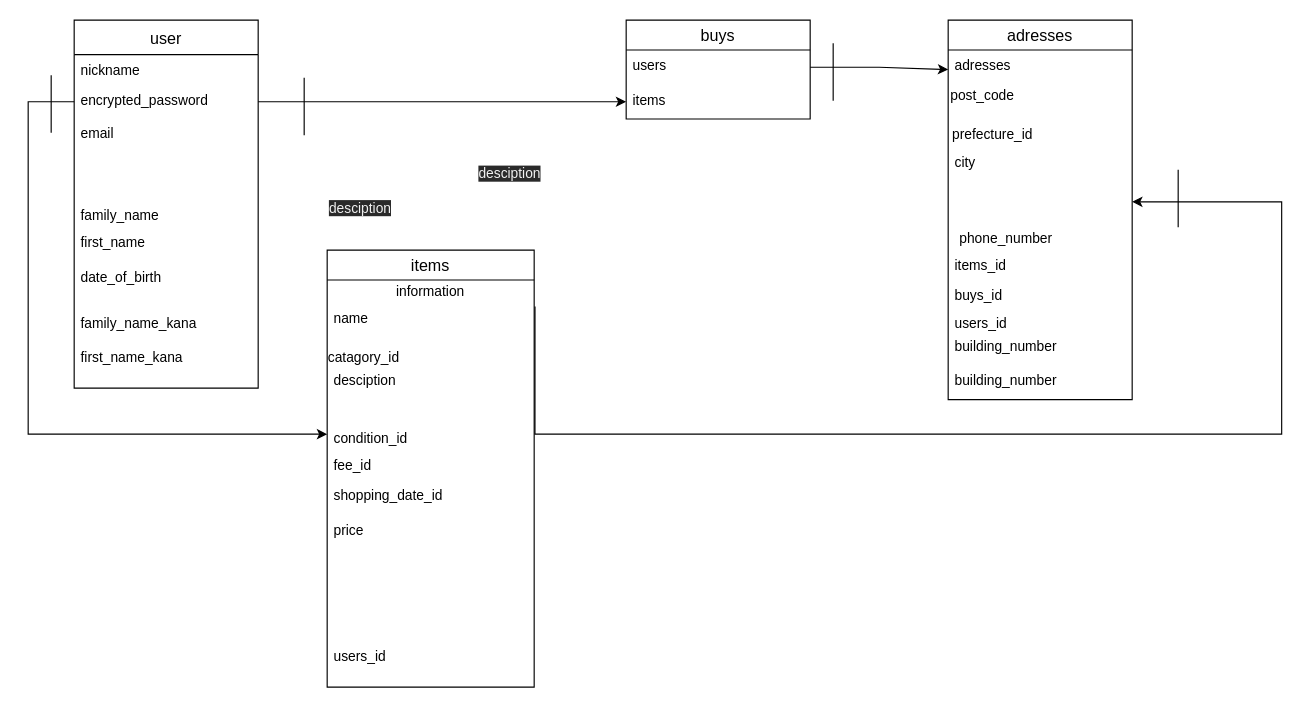
KINGKim2019/furima-29585 keeps this draw.io diagram as app/furima.dio. Above is the earlier version. Source tidied: cells renumbered, new cells numbered last; positions are measured from the earlier drawing's top-left corner, leaving out a move shared by most shapes. Both pictures are drawn from the tidied source at 115%, with x=0, y=0 at pixel (28, 20).
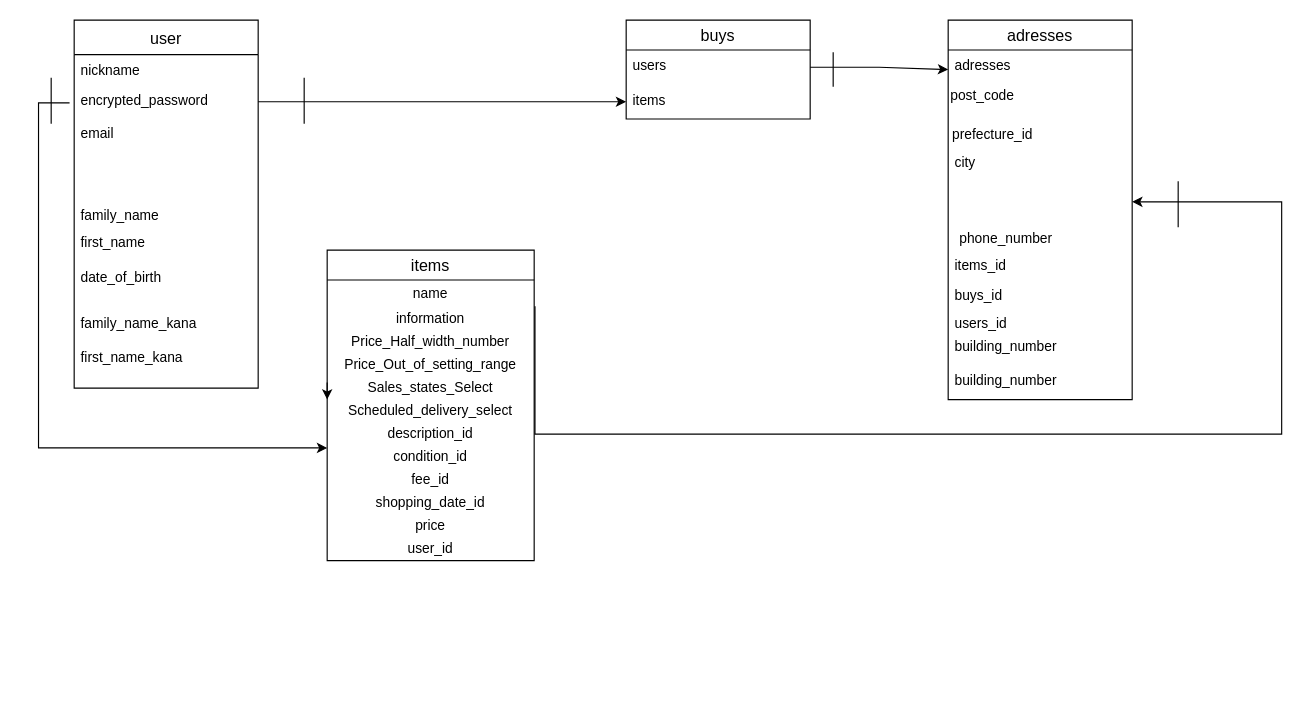
The same diagram, later.

The change refers to these unchanged cells:
```xml
<mxCell id="10" value="adresses" style="text;strokeColor=none;fillColor=none;spacingLeft=4;spacingRight=4;overflow=hidden;points=[[0,0.5],[1,0.5]];portConstraint=eastwest;fontSize=12;" parent="9" vertex="1">
  <mxGeometry y="26" width="160" height="244" as="geometry" />
</mxCell>
```

What changed in the source:
```diff
@@
     <mxCell id="5" value="items" style="swimlane;fontStyle=0;horizontal=1;startSize=26;align=center;fontSize=14;" parent="1" vertex="1">
-      <mxGeometry x="260" y="200" width="180" height="380" as="geometry" />
+      <mxGeometry x="260" y="200" width="180" height="270" as="geometry" />
     </mxCell>
+    <mxCell id="7" value="name" style="text;html=1;strokeColor=none;fillColor=none;align=center;verticalAlign=middle;whiteSpace=wrap;rounded=0;" parent="5" vertex="1">
+      <mxGeometry y="26" width="180" height="24" as="geometry" />
+    </mxCell>
     <mxCell id="6" value="information" style="text;html=1;strokeColor=none;fillColor=none;align=center;verticalAlign=middle;whiteSpace=wrap;rounded=0;" parent="5" vertex="1">
-      <mxGeometry y="26" width="180" height="20" as="geometry" />
+      <mxGeometry y="50" width="180" height="20" as="geometry" />
     </mxCell>
-    <mxCell id="7" value="name" style="text;strokeColor=none;fillColor=none;spacingLeft=4;spacingRight=4;overflow=hidden;points=[[0,0.5],[1,0.5]];portConstraint=eastwest;fontSize=12;" parent="5" vertex="1">
-      <mxGeometry y="46" width="180" height="294" as="geometry" />
-    </mxCell>
-    <mxCell id="8" value="users_id" style="text;strokeColor=none;fillColor=none;spacingLeft=4;spacingRight=4;overflow=hidden;fontSize=12;" parent="5" vertex="1">
-      <mxGeometry y="340" width="180" height="40" as="geometry" />
-    </mxCell>
+    <mxCell id="45" value="Price_Half_width_number" style="text;html=1;strokeColor=none;fillColor=none;align=center;verticalAlign=middle;whiteSpace=wrap;rounded=0;" parent="5" vertex="1">
+      <mxGeometry y="70" width="180" height="20" as="geometry" />
+    </mxCell>
+    <mxCell id="46" value="Price_Out_of_setting_range" style="text;html=1;strokeColor=none;fillColor=none;align=center;verticalAlign=middle;whiteSpace=wrap;rounded=0;" parent="5" vertex="1">
+      <mxGeometry y="90" width="180" height="20" as="geometry" />
+    </mxCell>
+    <mxCell id="47" style="edgeStyle=orthogonalEdgeStyle;rounded=0;orthogonalLoop=1;jettySize=auto;html=1;exitX=0;exitY=0.25;exitDx=0;exitDy=0;entryX=0;entryY=1;entryDx=0;entryDy=0;" parent="5" edge="1" source="48" target="48">
+      <mxGeometry relative="1" as="geometry" />
+    </mxCell>
+    <mxCell id="48" value="Sales_states_Select" style="text;html=1;strokeColor=none;fillColor=none;align=center;verticalAlign=middle;whiteSpace=wrap;rounded=0;" parent="5" vertex="1">
+      <mxGeometry y="110" width="180" height="20" as="geometry" />
+    </mxCell>
+    <mxCell id="49" value="Scheduled_delivery_select" style="text;html=1;strokeColor=none;fillColor=none;align=center;verticalAlign=middle;whiteSpace=wrap;rounded=0;" parent="5" vertex="1">
+      <mxGeometry y="130" width="180" height="20" as="geometry" />
+    </mxCell>
+    <mxCell id="50" value="description_id" style="text;html=1;strokeColor=none;fillColor=none;align=center;verticalAlign=middle;whiteSpace=wrap;rounded=0;" parent="5" vertex="1">
+      <mxGeometry y="150" width="180" height="20" as="geometry" />
+    </mxCell>
+    <mxCell id="35" value="condition_id" style="text;html=1;strokeColor=none;fillColor=none;align=center;verticalAlign=middle;whiteSpace=wrap;rounded=0;" parent="5" vertex="1">
+      <mxGeometry y="170" width="180" height="20" as="geometry" />
+    </mxCell>
+    <mxCell id="34" value="fee_id" style="text;html=1;strokeColor=none;fillColor=none;align=center;verticalAlign=middle;whiteSpace=wrap;rounded=0;" parent="5" vertex="1">
+      <mxGeometry y="190" width="180" height="20" as="geometry" />
+    </mxCell>
+    <mxCell id="36" value="shopping_date_id" style="text;html=1;strokeColor=none;fillColor=none;align=center;verticalAlign=middle;whiteSpace=wrap;rounded=0;" parent="5" vertex="1">
+      <mxGeometry y="210" width="180" height="20" as="geometry" />
+    </mxCell>
+    <mxCell id="33" value="price" style="text;html=1;strokeColor=none;fillColor=none;align=center;verticalAlign=middle;whiteSpace=wrap;rounded=0;" parent="5" vertex="1">
+      <mxGeometry y="230" width="180" height="20" as="geometry" />
+    </mxCell>
+    <mxCell id="51" value="user_id" style="text;html=1;strokeColor=none;fillColor=none;align=center;verticalAlign=middle;whiteSpace=wrap;rounded=0;" parent="5" vertex="1">
+      <mxGeometry y="250" width="180" height="20" as="geometry" />
+    </mxCell>
@@
-    <mxCell id="14" style="edgeStyle=none;rounded=0;jettySize=auto;html=1;entryX=0;entryY=0.5;entryDx=0;entryDy=0;" parent="1" edge="1" target="35">
-      <mxGeometry relative="1" as="geometry">
-        <mxPoint x="40" y="71" as="sourcePoint" />
-        <Array as="points">
-          <mxPoint y="71" />
-          <mxPoint y="360" />
-        </Array>
-      </mxGeometry>
-    </mxCell>
@@
     <mxCell id="16" style="endArrow=none;html=1;rounded=0;" parent="1" edge="1">
       <mxGeometry relative="1" as="geometry">
-        <mxPoint x="700" y="70" as="sourcePoint" />
-        <mxPoint x="700" y="30" as="targetPoint" />
+        <mxPoint x="700" y="58" as="sourcePoint" />
+        <mxPoint x="700" y="38" as="targetPoint" />
         <Array as="points">
-          <mxPoint x="700" y="20" />
+          <mxPoint x="700" y="28" />
         </Array>
       </mxGeometry>
     </mxCell>
     <mxCell id="17" style="endArrow=none;html=1;rounded=0;" parent="1" edge="1">
       <mxGeometry relative="1" as="geometry">
-        <mxPoint x="240" y="100" as="sourcePoint" />
+        <mxPoint x="240" y="90" as="sourcePoint" />
         <mxPoint x="240" y="60" as="targetPoint" />
         <Array as="points">
           <mxPoint x="240" y="50" />
         </Array>
       </mxGeometry>
     </mxCell>
     <mxCell id="18" style="endArrow=none;html=1;rounded=0;" parent="1" edge="1">
       <mxGeometry relative="1" as="geometry">
-        <mxPoint x="20" y="98" as="sourcePoint" />
-        <mxPoint x="20" y="58" as="targetPoint" />
+        <mxPoint x="20" y="90" as="sourcePoint" />
+        <mxPoint x="20" y="60" as="targetPoint" />
         <Array as="points">
-          <mxPoint x="20" y="88" />
-          <mxPoint x="20" y="68" />
-          <mxPoint x="20" y="48" />
+          <mxPoint x="20" y="90" />
+          <mxPoint x="20" y="70" />
+          <mxPoint x="20" y="50" />
         </Array>
       </mxGeometry>
     </mxCell>
@@
     <mxCell id="24" style="endArrow=none;html=1;rounded=0;" parent="1" edge="1">
       <mxGeometry relative="1" as="geometry">
         <mxPoint x="1000" y="180" as="sourcePoint" />
-        <mxPoint x="1000" y="140" as="targetPoint" />
+        <mxPoint x="1000" y="150" as="targetPoint" />
         <Array as="points">
-          <mxPoint x="1000" y="160" />
-          <mxPoint x="1000" y="130" />
+          <mxPoint x="1000" y="170" />
+          <mxPoint x="1000" y="140" />
         </Array>
       </mxGeometry>
     </mxCell>
@@
-    <mxCell id="26" style="edgeStyle=orthogonalEdgeStyle;rounded=0;jettySize=auto;html=1;exitX=1.004;exitY=0.01;exitDx=0;exitDy=0;exitPerimeter=0;" parent="1" edge="1" source="7" target="10">
+    <mxCell id="26" style="edgeStyle=orthogonalEdgeStyle;rounded=0;jettySize=auto;html=1;exitX=1.004;exitY=0.01;exitDx=0;exitDy=0;exitPerimeter=0;" parent="1" edge="1" target="10">
       <mxGeometry relative="1" as="geometry">
+        <mxPoint x="440.7" y="248.9" as="sourcePoint" />
         <Array as="points">
           <mxPoint x="441" y="360" />
           <mxPoint x="1090" y="360" />
           <mxPoint x="1090" y="158" />
         </Array>
       </mxGeometry>
     </mxCell>
@@
-    <mxCell id="33" value="price&#10;" style="text;strokeColor=none;fillColor=none;spacingLeft=4;spacingRight=4;overflow=hidden;fontSize=12;" parent="1" vertex="1">
-      <mxGeometry x="260" y="430" width="170" height="34" as="geometry" />
-    </mxCell>
-    <mxCell id="34" value="fee_id" style="text;strokeColor=none;fillColor=none;spacingLeft=4;spacingRight=4;overflow=hidden;fontSize=12;" parent="1" vertex="1">
-      <mxGeometry x="260" y="373.5" width="170" height="30" as="geometry" />
-    </mxCell>
-    <mxCell id="35" value="condition_id" style="text;strokeColor=none;fillColor=none;spacingLeft=4;spacingRight=4;overflow=hidden;points=[[0,0.5],[1,0.5]];portConstraint=eastwest;fontSize=12;" parent="1" vertex="1">
-      <mxGeometry x="260" y="350" width="180" height="20" as="geometry" />
-    </mxCell>
-    <mxCell id="36" value="shopping_date_id" style="text;strokeColor=none;fillColor=none;spacingLeft=4;spacingRight=4;overflow=hidden;fontSize=12;" parent="1" vertex="1">
-      <mxGeometry x="260" y="400" width="110" height="30" as="geometry" />
-    </mxCell>
@@
-    <mxCell id="39" value="catagory_id&#10;" style="text;strokeColor=none;fillColor=none;spacingLeft=4;spacingRight=4;overflow=hidden;fontSize=12;" parent="1" vertex="1">
-      <mxGeometry x="255" y="280" width="180" height="190" as="geometry" />
-    </mxCell>
-    <mxCell id="40" value="desciption" style="text;strokeColor=none;fillColor=none;spacingLeft=4;spacingRight=4;overflow=hidden;fontSize=12;" parent="1" vertex="1">
-      <mxGeometry x="260" y="300" width="180" height="30" as="geometry" />
-    </mxCell>
@@
-    <mxCell id="43" value="&lt;span style=&quot;color: rgb(240, 240, 240); font-family: helvetica; font-size: 12px; font-style: normal; font-weight: 400; letter-spacing: normal; text-align: left; text-indent: 0px; text-transform: none; word-spacing: 0px; background-color: rgb(42, 42, 42); display: inline; float: none;&quot;&gt;desciption&lt;/span&gt;" style="text;whiteSpace=wrap;html=1;" parent="1" vertex="1">
-      <mxGeometry x="260" y="150" width="80" height="30" as="geometry" />
-    </mxCell>
-    <mxCell id="44" value="&lt;span style=&quot;color: rgb(240, 240, 240); font-family: helvetica; font-size: 12px; font-style: normal; font-weight: 400; letter-spacing: normal; text-align: left; text-indent: 0px; text-transform: none; word-spacing: 0px; background-color: rgb(42, 42, 42); display: inline; float: none;&quot;&gt;desciption&lt;/span&gt;" style="text;whiteSpace=wrap;html=1;" parent="1" vertex="1">
-      <mxGeometry x="390" y="120" width="80" height="30" as="geometry" />
-    </mxCell>
+    <mxCell id="14" style="edgeStyle=none;rounded=0;orthogonalLoop=1;jettySize=auto;html=1;" parent="1" edge="1">
+      <mxGeometry relative="1" as="geometry">
+        <mxPoint x="36" y="72" as="sourcePoint" />
+        <mxPoint x="260" y="372" as="targetPoint" />
+        <Array as="points">
+          <mxPoint x="9" y="72" />
+          <mxPoint x="9" y="372" />
+        </Array>
+      </mxGeometry>
+    </mxCell>
```
